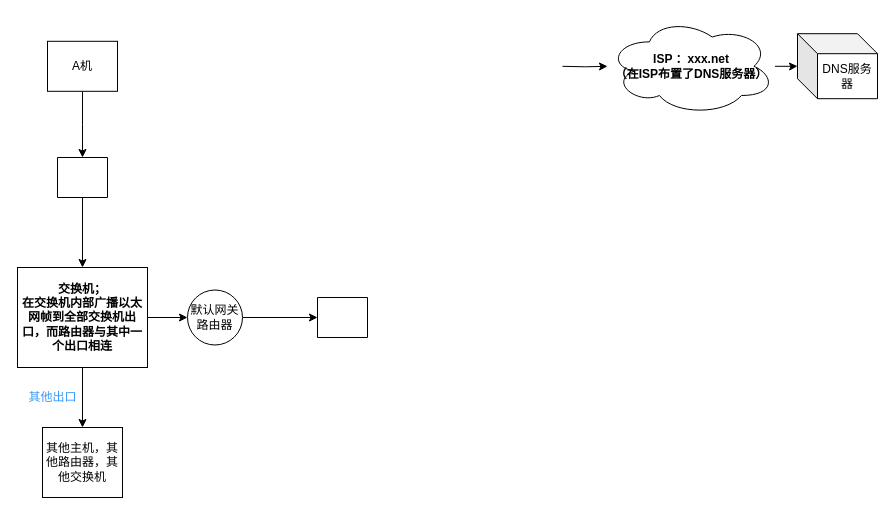
This is 未命名绘图.drawio from ABHCYL/mindpiture, a draw.io file, before an edit. Source tidied: cells renumbered, new cells numbered last; positions are measured from the earlier drawing's top-left corner, leaving out a move shared by most shapes. Both pictures are drawn from the tidied source at 100%, with x=0, y=0 at pixel (17, 17).
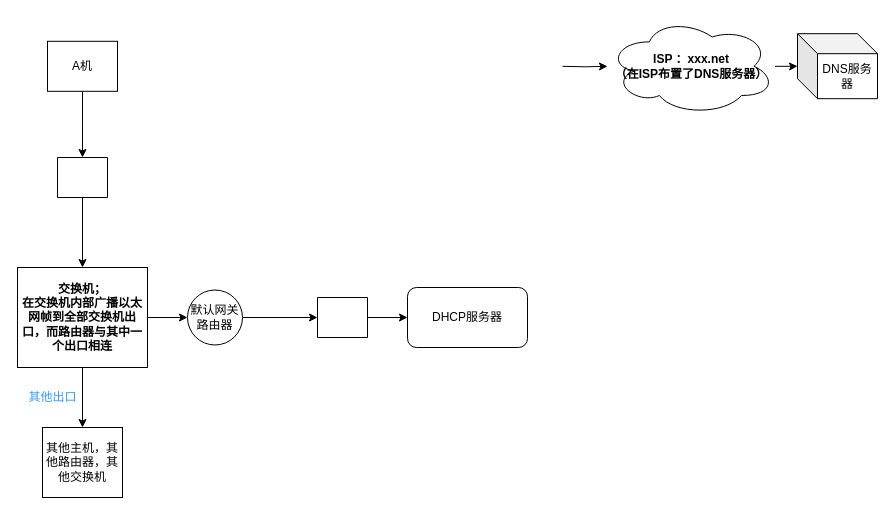
Above is the later version.

Commit message (it also covers changes not shown here):
更新未命名绘图.drawio

Unchanged cells that the change refers to:
```xml
<mxCell id="17" style="swimlane;startSize=0;" parent="1" vertex="1" collapsed="1">
  <mxGeometry x="300" y="280" width="50" height="40" as="geometry" />
</mxCell>
```

Diff of the diagram source:
```diff
@@
+    <mxCell id="18" style="edgeStyle=orthogonalEdgeStyle;rounded=0;jettySize=auto;html=1;fontColor=#000000;" parent="1" edge="1" source="17" target="19">
+      <mxGeometry relative="1" as="geometry" />
+    </mxCell>
@@
+    <mxCell id="19" value="DHCP服务器" style="whiteSpace=wrap;html=1;fontColor=#000000;rounded=1;" parent="1" vertex="1">
+      <mxGeometry x="390" y="270" width="120" height="60" as="geometry" />
+    </mxCell>
```
